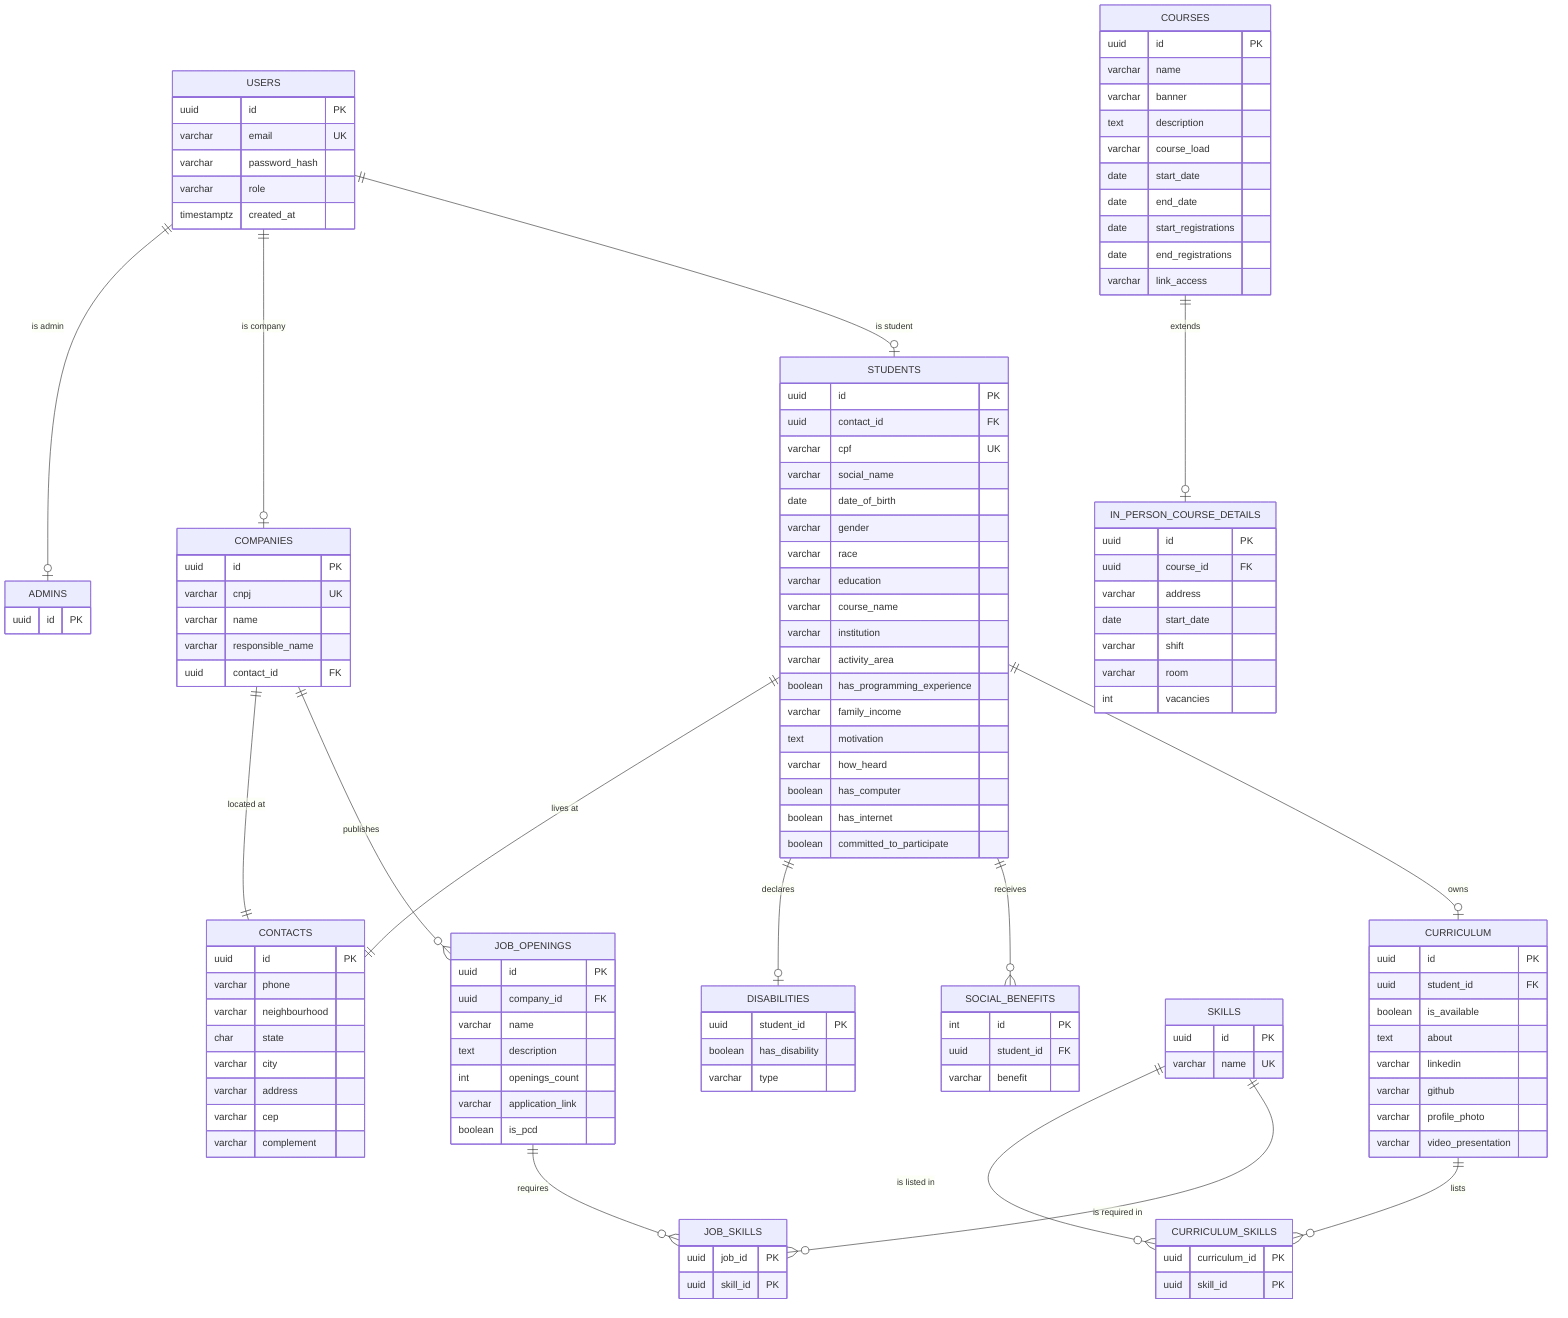
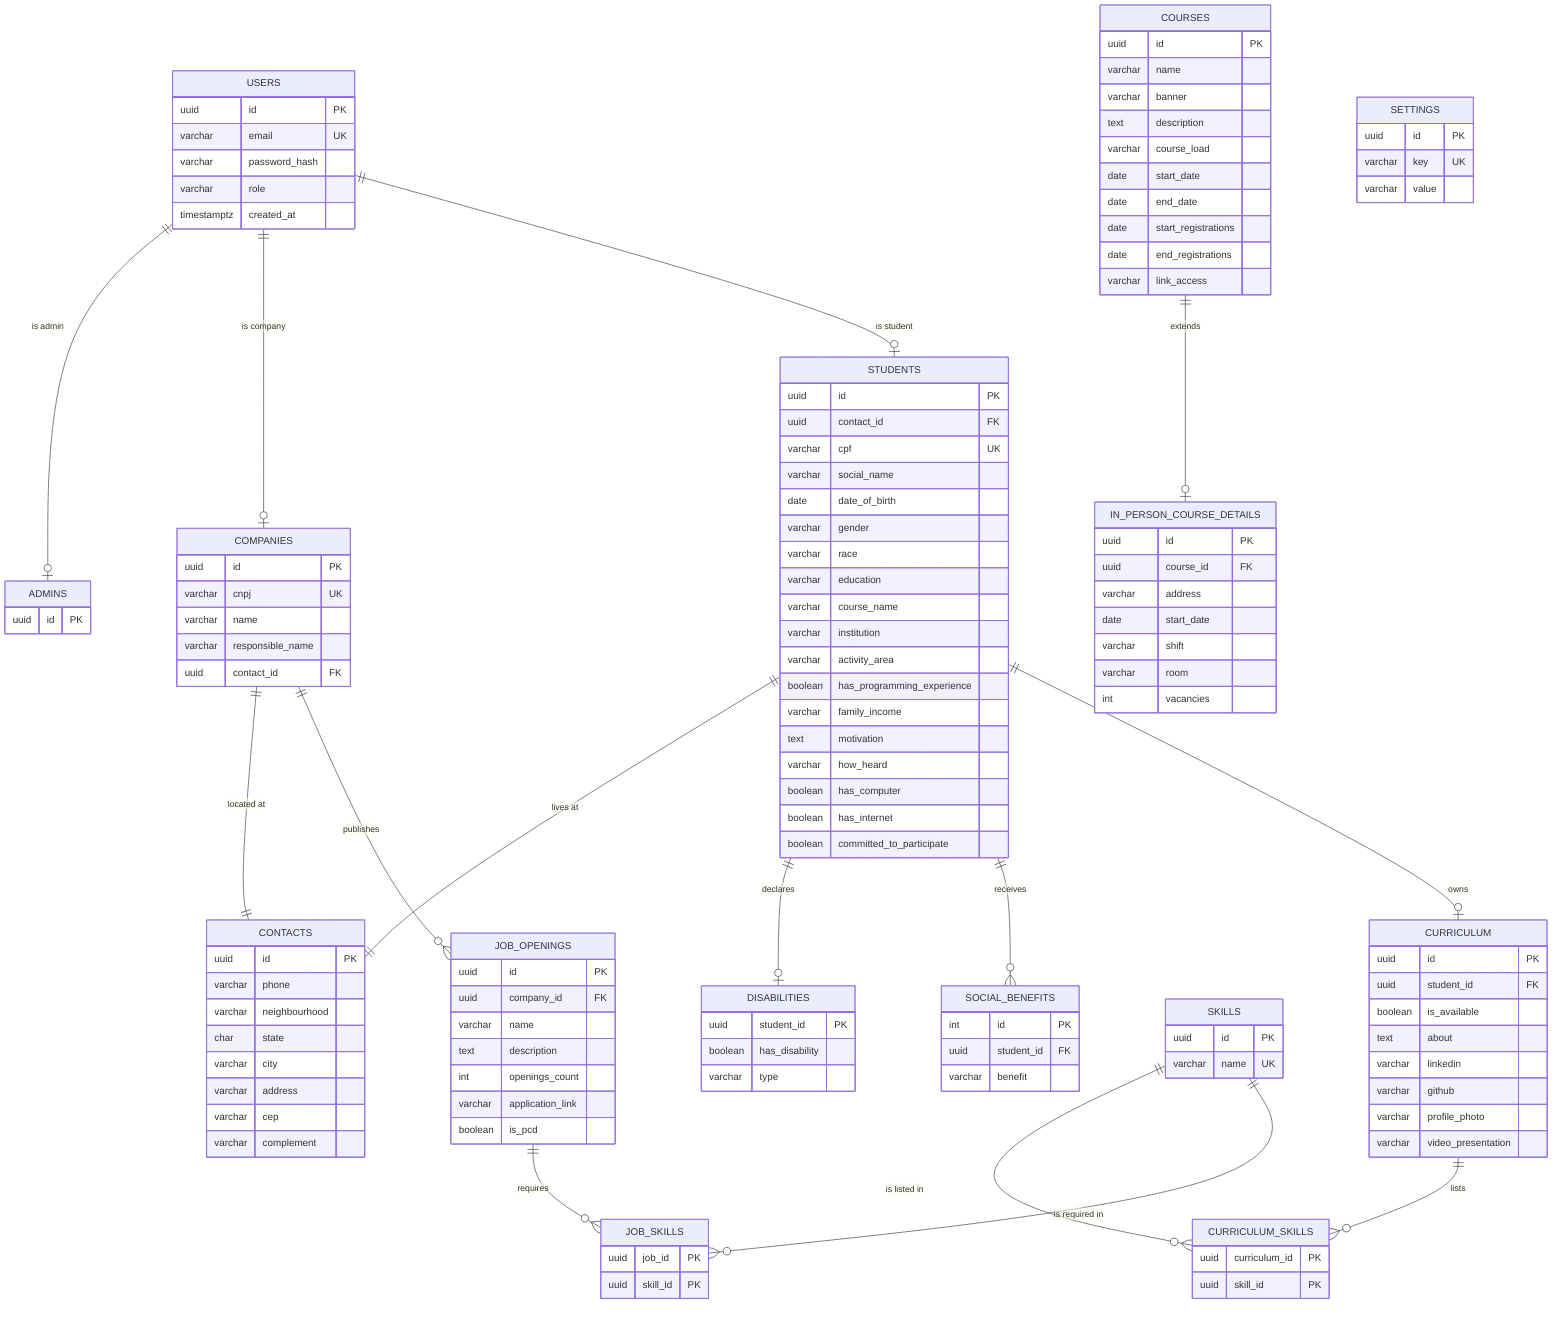
%% Amores Fati — ER diagram of the current Postgres schema.
%% Render at https://mermaid.live or paste into a GitHub markdown block.

erDiagram
    USERS ||--o| ADMINS : "is admin"
    USERS ||--o| COMPANIES : "is company"
    USERS ||--o| STUDENTS : "is student"

    STUDENTS ||--|| CONTACTS : "lives at"
    COMPANIES ||--|| CONTACTS : "located at"

    STUDENTS ||--o| DISABILITIES : "declares"
    STUDENTS ||--o{ SOCIAL_BENEFITS : "receives"
    STUDENTS ||--o| CURRICULUM : "owns"

    CURRICULUM ||--o{ CURRICULUM_SKILLS : "lists"
    SKILLS ||--o{ CURRICULUM_SKILLS : "is listed in"

    COURSES ||--o| IN_PERSON_COURSE_DETAILS : "extends"

    COMPANIES ||--o{ JOB_OPENINGS : "publishes"
    JOB_OPENINGS ||--o{ JOB_SKILLS : "requires"
    SKILLS ||--o{ JOB_SKILLS : "is required in"

    USERS {
        uuid id PK
        varchar email UK
        varchar password_hash
        varchar role
        timestamptz created_at
    }
    ADMINS {
        uuid id PK
    }
    COMPANIES {
        uuid id PK
        varchar cnpj UK
        varchar name
        varchar responsible_name
        uuid contact_id FK
    }
    STUDENTS {
        uuid id PK
        uuid contact_id FK
        varchar cpf UK
        varchar social_name
        date date_of_birth
        varchar gender
        varchar race
        varchar education
        varchar course_name
        varchar institution
        varchar activity_area
        boolean has_programming_experience
        varchar family_income
        text motivation
        varchar how_heard
        boolean has_computer
        boolean has_internet
        boolean committed_to_participate
    }
    CONTACTS {
        uuid id PK
        varchar phone
        varchar neighbourhood
        char state
        varchar city
        varchar address
        varchar cep
        varchar complement
    }
    DISABILITIES {
        uuid student_id PK
        boolean has_disability
        varchar type
    }
    SOCIAL_BENEFITS {
        int id PK
        uuid student_id FK
        varchar benefit
    }
    COURSES {
        uuid id PK
        varchar name
        varchar banner
        text description
        varchar course_load
        date start_date
        date end_date
        date start_registrations
        date end_registrations
        varchar link_access
    }
    IN_PERSON_COURSE_DETAILS {
        uuid id PK
        uuid course_id FK
        varchar address
        date start_date
        varchar shift
        varchar room
        int vacancies
    }
    CURRICULUM {
        uuid id PK
        uuid student_id FK
        boolean is_available
        text about
        varchar linkedin
        varchar github
        varchar profile_photo
        varchar video_presentation
    }
    CURRICULUM_SKILLS {
        uuid curriculum_id PK
        uuid skill_id PK
    }
    SKILLS {
        uuid id PK
        varchar name UK
    }
    JOB_OPENINGS {
        uuid id PK
        uuid company_id FK
        varchar name
        text description
        int openings_count
        varchar application_link
        boolean is_pcd
    }
    JOB_SKILLS {
        uuid job_id PK
        uuid skill_id PK
    }
+     SETTINGS {
+         uuid id PK
+         varchar key UK
+         varchar value
+     }
